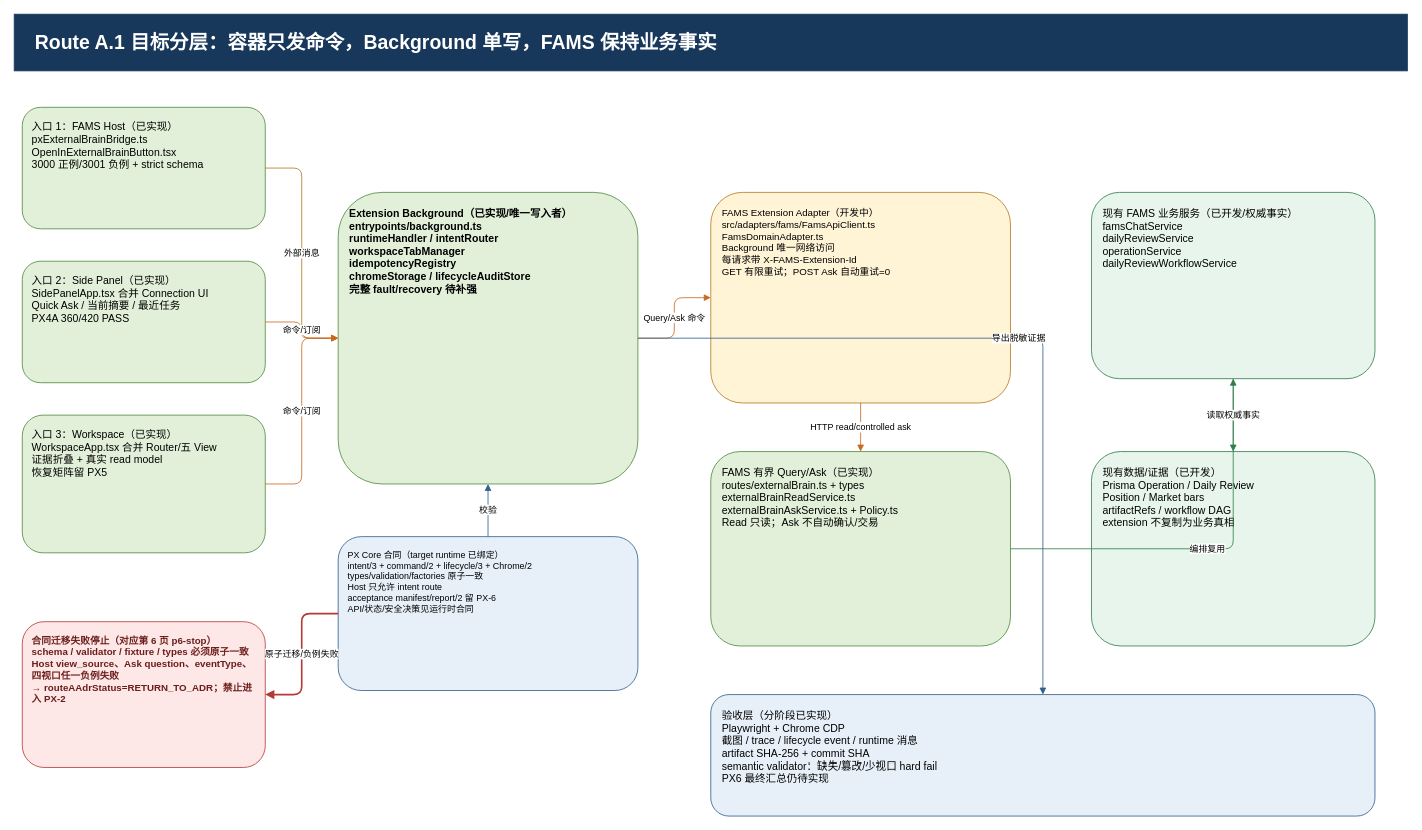
Above: page "3 目标分层架构与实体交互" (3 of 8) of docs/v2-px-target-architecture-gap.drawio in ljx418/FAMS (draw.io), before the change. Source tidied: cells renumbered, new cells numbered last; positions are measured from the earlier drawing's top-left corner, leaving out a move shared by most shapes. Both pictures are drawn from the tidied source at 81%, with x=0, y=0 at pixel (14, 14).
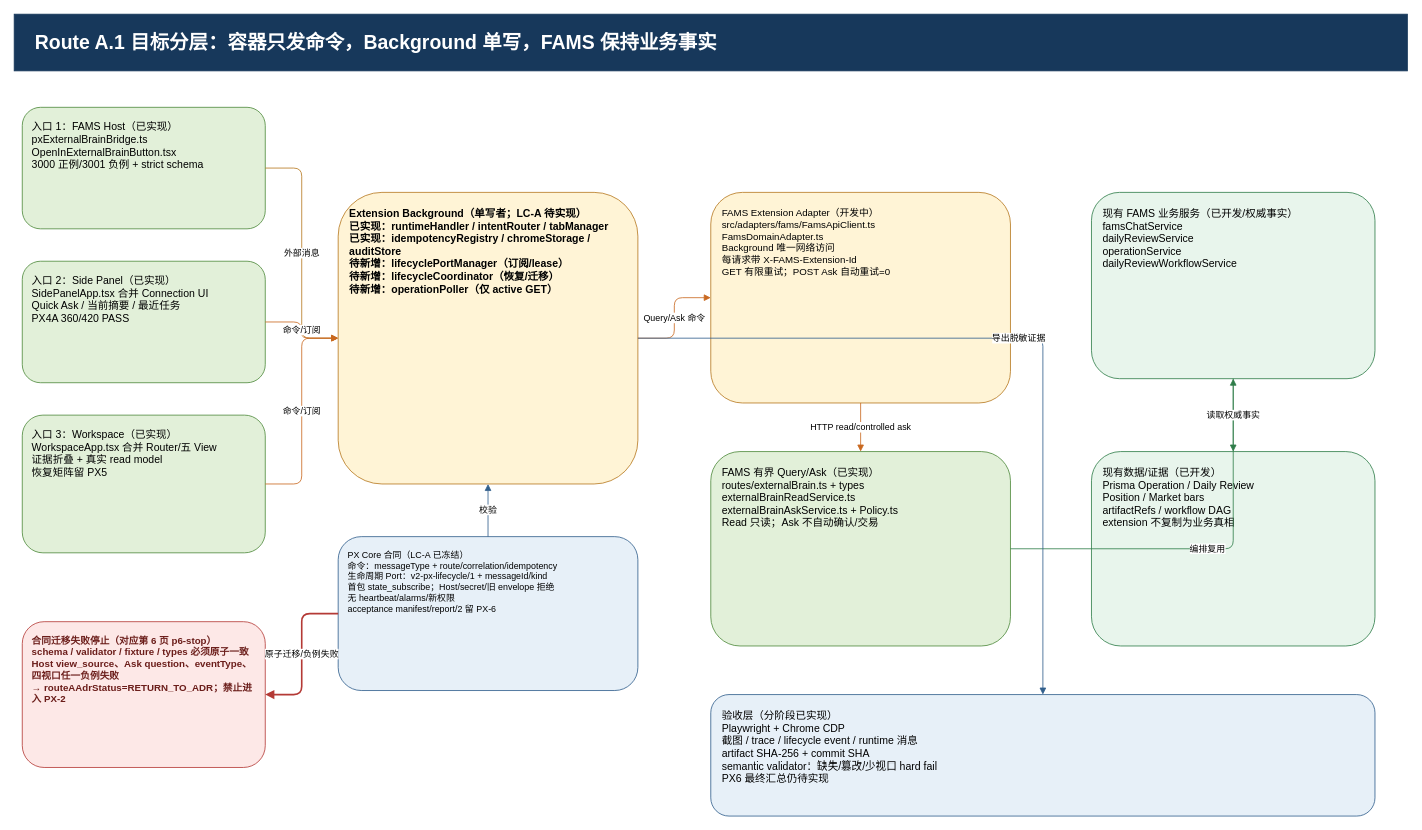
The same page after the edit.

Change to the diagram source:
```diff
@@
-    <mxCell id="6" value="Extension Background（已实现/唯一写入者）&#10;entrypoints/background.ts&#10;runtimeHandler / intentRouter&#10;workspaceTabManager&#10;idempotencyRegistry&#10;chromeStorage / lifecycleAuditStore&#10;完整 fault/recovery 待补强" style="rounded=1;whiteSpace=wrap;html=1;fontFamily=Microsoft YaHei;fontSize=13;fontStyle=1;align=left;verticalAlign=top;fillColor=#e2f0d9;strokeColor=#4f8a3c;spacing=14;" parent="1" vertex="1">
+    <mxCell id="6" value="Extension Background（单写者；LC-A 待实现）&#10;已实现：runtimeHandler / intentRouter / tabManager&#10;已实现：idempotencyRegistry / chromeStorage / auditStore&#10;待新增：lifecyclePortManager（订阅/lease）&#10;待新增：lifecycleCoordinator（恢复/迁移）&#10;待新增：operationPoller（仅 active GET）" style="rounded=1;whiteSpace=wrap;html=1;fontFamily=Microsoft YaHei;fontSize=13;fontStyle=1;align=left;verticalAlign=top;fillColor=#fff4d6;strokeColor=#b7791f;spacing=14;" parent="1" vertex="1">
       <mxGeometry x="400" y="220" width="370" height="360" as="geometry" />
     </mxCell>
-    <mxCell id="7" value="PX Core 合同（target runtime 已绑定）&#10;intent/3 + command/2 + lifecycle/3 + Chrome/2&#10;types/validation/factories 原子一致&#10;Host 只允许 intent route&#10;acceptance manifest/report/2 留 PX-6&#10;API/状态/安全决策见运行时合同" style="rounded=1;whiteSpace=wrap;html=1;fontFamily=Microsoft YaHei;fontSize=11;align=left;verticalAlign=top;fillColor=#e7f0f8;strokeColor=#315f8c;spacing=12;" parent="1" vertex="1">
+    <mxCell id="7" value="PX Core 合同（LC-A 已冻结）&#10;命令：messageType + route/correlation/idempotency&#10;生命周期 Port：v2-px-lifecycle/1 + messageId/kind&#10;首包 state_subscribe；Host/secret/旧 envelope 拒绝&#10;无 heartbeat/alarms/新权限&#10;acceptance manifest/report/2 留 PX-6" style="rounded=1;whiteSpace=wrap;html=1;fontFamily=Microsoft YaHei;fontSize=11;align=left;verticalAlign=top;fillColor=#e7f0f8;strokeColor=#315f8c;spacing=12;" parent="1" vertex="1">
       <mxGeometry x="400" y="645" width="370" height="190" as="geometry" />
     </mxCell>
```
